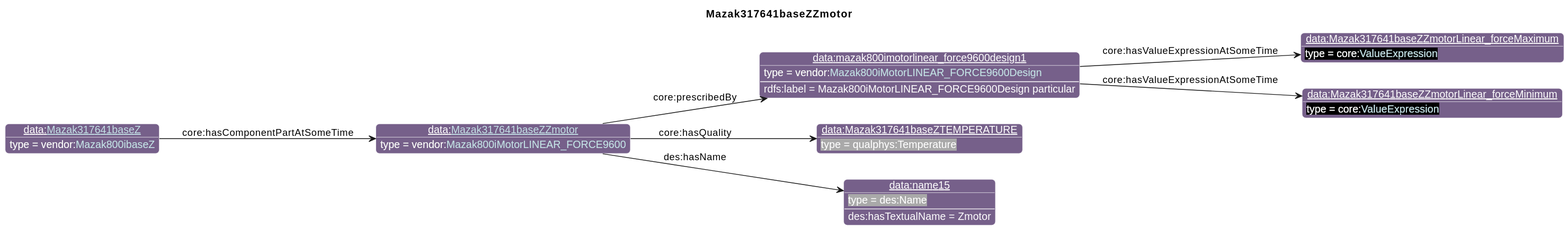
iofoundry/example-syseng-mtconnect keeps this PlantUML diagram as diagrams/Mazak317641baseZZmotor.svg. Above is the earlier version.
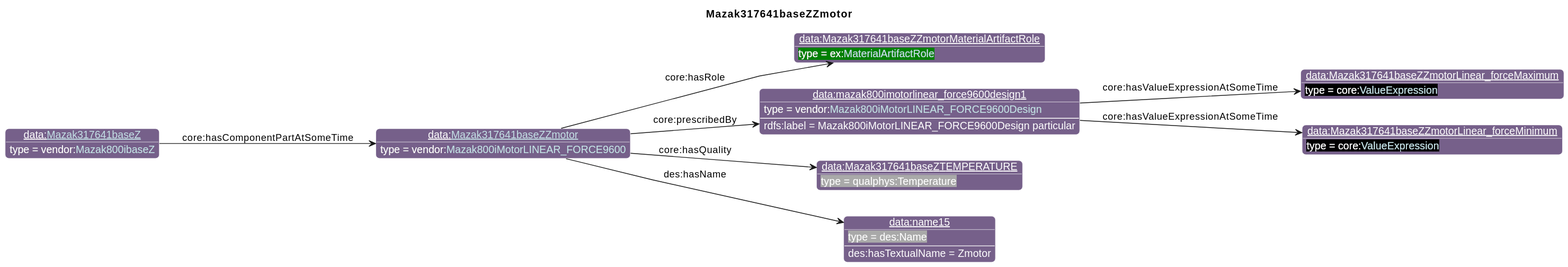
The same file after the commit.

Change to the diagram source:
```diff
@@ -26,18 +26,20 @@
                       "qp":"641B2E"
       }
 individual(o0, data:[[./Mazak317641baseZZmotor.html Mazak317641baseZZmotor]], vendor:[[../Mazak.html#Mazak800iMotorLINEAR_FORCE9600 Mazak800iMotorLINEAR_FORCE9600]])
-individual(o1, data:mazak800imotorlinear_force9600design1, vendor:[[../Mazak.html#Mazak800iMotorLINEAR_FORCE9600Design Mazak800iMotorLINEAR_FORCE9600Design]])
-individual(o2, data:Mazak317641baseZZmotorLinear_forceMaximum, core:[[https://spec.industrialontologies.org/ontology/core/Core/ValueExpression ValueExpression]])
-individual(o3, data:Mazak317641baseZZmotorLinear_forceMinimum, core:[[https://spec.industrialontologies.org/ontology/core/Core/ValueExpression ValueExpression]])
-individual(o4, data:Mazak317641baseZTEMPERATURE, qualphys:Temperature)
-individual(o5, data:name15, des:Name)
-individual(o6, data:[[./Mazak317641baseZ.html Mazak317641baseZ]], vendor:[[../Mazak.html#Mazak800ibaseZ Mazak800ibaseZ]])
-property(o0, "core:prescribedBy", o1)
-data(o1, "rdfs:label", "Mazak800iMotorLINEAR_FORCE9600Design particular")
-property(o1, "core:hasValueExpressionAtSomeTime", o2)
-property(o1, "core:hasValueExpressionAtSomeTime", o3)
-property(o0, "core:hasQuality", o4)
-property(o0, "des:hasName", o5)
-data(o5, "des:hasTextualName", "Zmotor")
-property(o6, "core:hasComponentPartAtSomeTime", o0)
+individual(o1, data:Mazak317641baseZZmotorMaterialArtifactRole, ex:[[../Example.html#MaterialArtifactRole MaterialArtifactRole]])
+individual(o2, data:mazak800imotorlinear_force9600design1, vendor:[[../Mazak.html#Mazak800iMotorLINEAR_FORCE9600Design Mazak800iMotorLINEAR_FORCE9600Design]])
+individual(o3, data:Mazak317641baseZZmotorLinear_forceMaximum, core:[[https://spec.industrialontologies.org/ontology/core/Core/ValueExpression ValueExpression]])
+individual(o4, data:Mazak317641baseZZmotorLinear_forceMinimum, core:[[https://spec.industrialontologies.org/ontology/core/Core/ValueExpression ValueExpression]])
+individual(o5, data:Mazak317641baseZTEMPERATURE, qualphys:Temperature)
+individual(o6, data:name15, des:Name)
+individual(o7, data:[[./Mazak317641baseZ.html Mazak317641baseZ]], vendor:[[../Mazak.html#Mazak800ibaseZ Mazak800ibaseZ]])
+property(o0, "core:hasRole", o1)
+property(o0, "core:prescribedBy", o2)
+data(o2, "rdfs:label", "Mazak800iMotorLINEAR_FORCE9600Design particular")
+property(o2, "core:hasValueExpressionAtSomeTime", o3)
+property(o2, "core:hasValueExpressionAtSomeTime", o4)
+property(o0, "core:hasQuality", o5)
+property(o0, "des:hasName", o6)
+data(o6, "des:hasTextualName", "Zmotor")
+property(o7, "core:hasComponentPartAtSomeTime", o0)
 @enduml
```
